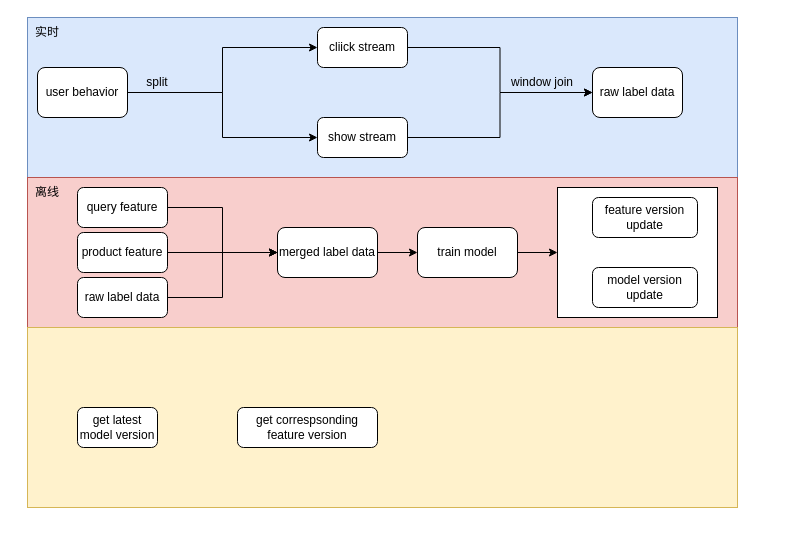
Earlier version of the draw.io diagram engineering/recommend/模型近实时训练更新方案.drawio (Wanke15/wanke15.github.io). Source tidied: cells renumbered, new cells numbered last; positions are measured from the earlier drawing's top-left corner, leaving out a move shared by most shapes. Both pictures are drawn from the tidied source at 100%, with x=0, y=0 at pixel (17, 17).
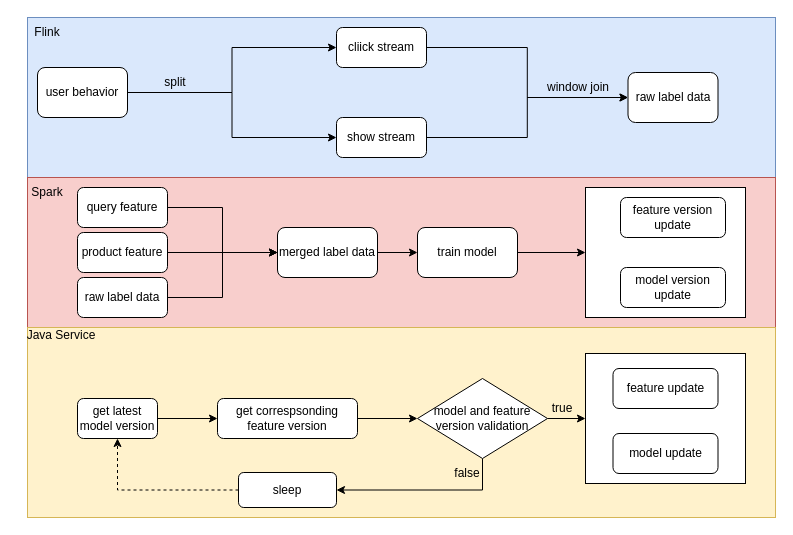
The same diagram, later.

Commit message (it also covers changes not shown here):
更新模型近实时训练更新方案.drawio

What changed in the source:
```diff
@@
     <mxCell id="2" style="rounded=0;whiteSpace=wrap;html=1;fillColor=#dae8fc;strokeColor=#6c8ebf;" parent="1" vertex="1">
-      <mxGeometry x="10" width="710" height="160" as="geometry" />
+      <mxGeometry x="10" width="748" height="160" as="geometry" />
     </mxCell>
@@
     <mxCell id="7" value="cliick stream" style="rounded=1;whiteSpace=wrap;html=1;" parent="1" vertex="1">
-      <mxGeometry x="300" y="10" width="90" height="40" as="geometry" />
+      <mxGeometry x="319" y="10" width="90" height="40" as="geometry" />
     </mxCell>
@@
     <mxCell id="9" value="show stream" style="rounded=1;whiteSpace=wrap;html=1;" parent="1" vertex="1">
-      <mxGeometry x="300" y="100" width="90" height="40" as="geometry" />
+      <mxGeometry x="319" y="100" width="90" height="40" as="geometry" />
     </mxCell>
     <mxCell id="10" value="raw label data" style="rounded=1;whiteSpace=wrap;html=1;" parent="1" vertex="1">
-      <mxGeometry x="575" y="50" width="90" height="50" as="geometry" />
+      <mxGeometry x="610.5" y="55" width="90" height="50" as="geometry" />
     </mxCell>
     <mxCell id="11" value="split" style="text;html=1;strokeColor=none;fillColor=none;align=center;verticalAlign=middle;whiteSpace=wrap;rounded=0;" parent="1" vertex="1">
-      <mxGeometry x="110" y="50" width="60" height="30" as="geometry" />
+      <mxGeometry x="128" y="50" width="60" height="30" as="geometry" />
     </mxCell>
     <mxCell id="12" value="window join" style="text;html=1;strokeColor=none;fillColor=none;align=center;verticalAlign=middle;whiteSpace=wrap;rounded=0;" parent="1" vertex="1">
-      <mxGeometry x="490" y="50" width="70" height="30" as="geometry" />
+      <mxGeometry x="525.5" y="55" width="70" height="30" as="geometry" />
     </mxCell>
     <mxCell id="13" style="rounded=0;whiteSpace=wrap;html=1;fillColor=#f8cecc;strokeColor=#b85450;" parent="1" vertex="1">
-      <mxGeometry x="10" y="160" width="710" height="150" as="geometry" />
+      <mxGeometry x="10" y="160" width="748" height="150" as="geometry" />
     </mxCell>
@@
     <mxCell id="24" style="rounded=0;whiteSpace=wrap;html=1;" parent="1" vertex="1">
-      <mxGeometry x="540" y="170" width="160" height="130" as="geometry" />
+      <mxGeometry x="568" y="170" width="160" height="130" as="geometry" />
     </mxCell>
     <mxCell id="25" value="feature version update" style="rounded=1;whiteSpace=wrap;html=1;" parent="1" vertex="1">
-      <mxGeometry x="575" y="180" width="105" height="40" as="geometry" />
+      <mxGeometry x="603" y="180" width="105" height="40" as="geometry" />
     </mxCell>
     <mxCell id="26" value="model version&lt;br&gt;update" style="rounded=1;whiteSpace=wrap;html=1;" parent="1" vertex="1">
-      <mxGeometry x="575" y="250" width="105" height="40" as="geometry" />
+      <mxGeometry x="603" y="250" width="105" height="40" as="geometry" />
     </mxCell>
     <mxCell id="27" style="rounded=0;whiteSpace=wrap;html=1;fillColor=#fff2cc;strokeColor=#d6b656;" parent="1" vertex="1">
-      <mxGeometry x="10" y="310" width="710" height="180" as="geometry" />
+      <mxGeometry x="10" y="310" width="748" height="190" as="geometry" />
     </mxCell>
-    <mxCell id="28" value="实时" style="text;html=1;strokeColor=none;fillColor=none;align=center;verticalAlign=middle;whiteSpace=wrap;rounded=0;" parent="1" vertex="1">
+    <mxCell id="28" value="Flink" style="text;html=1;strokeColor=none;fillColor=none;align=center;verticalAlign=middle;whiteSpace=wrap;rounded=0;" parent="1" vertex="1">
       <mxGeometry width="60" height="30" as="geometry" />
     </mxCell>
-    <mxCell id="29" value="离线" style="text;html=1;strokeColor=none;fillColor=none;align=center;verticalAlign=middle;whiteSpace=wrap;rounded=0;" parent="1" vertex="1">
+    <mxCell id="29" value="Spark" style="text;html=1;strokeColor=none;fillColor=none;align=center;verticalAlign=middle;whiteSpace=wrap;rounded=0;" parent="1" vertex="1">
       <mxGeometry y="160" width="60" height="30" as="geometry" />
     </mxCell>
+    <mxCell id="32" style="edgeStyle=orthogonalEdgeStyle;rounded=0;jettySize=auto;html=1;entryX=0;entryY=0.5;entryDx=0;entryDy=0;" parent="1" edge="1" source="30" target="31">
+      <mxGeometry relative="1" as="geometry" />
+    </mxCell>
     <mxCell id="30" value="get latest model version" style="rounded=1;whiteSpace=wrap;html=1;" parent="1" vertex="1">
-      <mxGeometry x="60" y="390" width="80" height="40" as="geometry" />
+      <mxGeometry x="60" y="381" width="80" height="40" as="geometry" />
     </mxCell>
+    <mxCell id="33" style="edgeStyle=orthogonalEdgeStyle;rounded=0;jettySize=auto;html=1;entryX=0;entryY=0.5;entryDx=0;entryDy=0;" parent="1" edge="1" source="31" target="36">
+      <mxGeometry relative="1" as="geometry" />
+    </mxCell>
     <mxCell id="31" value="get correspsonding feature version" style="rounded=1;whiteSpace=wrap;html=1;" parent="1" vertex="1">
-      <mxGeometry x="220" y="390" width="140" height="40" as="geometry" />
+      <mxGeometry x="200" y="381" width="140" height="40" as="geometry" />
     </mxCell>
+    <mxCell id="34" style="edgeStyle=orthogonalEdgeStyle;rounded=0;jettySize=auto;html=1;entryX=0;entryY=0.5;entryDx=0;entryDy=0;" parent="1" edge="1" source="36" target="37">
+      <mxGeometry relative="1" as="geometry" />
+    </mxCell>
+    <mxCell id="35" style="edgeStyle=orthogonalEdgeStyle;rounded=0;jettySize=auto;html=1;exitX=0.5;exitY=1;exitDx=0;exitDy=0;entryX=1;entryY=0.5;entryDx=0;entryDy=0;" parent="1" edge="1" source="36" target="42">
+      <mxGeometry relative="1" as="geometry" />
+    </mxCell>
+    <mxCell id="36" value="model and feature version validation" style="rhombus;whiteSpace=wrap;html=1;" parent="1" vertex="1">
+      <mxGeometry x="400" y="361" width="130" height="80" as="geometry" />
+    </mxCell>
+    <mxCell id="37" style="rounded=0;whiteSpace=wrap;html=1;" parent="1" vertex="1">
+      <mxGeometry x="568" y="336" width="160" height="130" as="geometry" />
+    </mxCell>
+    <mxCell id="38" value="feature update" style="rounded=1;whiteSpace=wrap;html=1;" parent="1" vertex="1">
+      <mxGeometry x="595.5" y="351" width="105" height="40" as="geometry" />
+    </mxCell>
+    <mxCell id="39" value="model update" style="rounded=1;whiteSpace=wrap;html=1;" parent="1" vertex="1">
+      <mxGeometry x="595.5" y="416" width="105" height="40" as="geometry" />
+    </mxCell>
+    <mxCell id="40" value="true" style="text;html=1;strokeColor=none;fillColor=none;align=center;verticalAlign=middle;whiteSpace=wrap;rounded=0;" parent="1" vertex="1">
+      <mxGeometry x="515" y="376" width="60" height="30" as="geometry" />
+    </mxCell>
+    <mxCell id="41" style="edgeStyle=orthogonalEdgeStyle;rounded=0;jettySize=auto;html=1;entryX=0.5;entryY=1;entryDx=0;entryDy=0;dashed=1;" parent="1" edge="1" source="42" target="30">
+      <mxGeometry relative="1" as="geometry" />
+    </mxCell>
+    <mxCell id="42" value="sleep" style="rounded=1;whiteSpace=wrap;html=1;" parent="1" vertex="1">
+      <mxGeometry x="221" y="455" width="98" height="35" as="geometry" />
+    </mxCell>
+    <mxCell id="43" value="false" style="text;html=1;strokeColor=none;fillColor=none;align=center;verticalAlign=middle;whiteSpace=wrap;rounded=0;" parent="1" vertex="1">
+      <mxGeometry x="420" y="441" width="60" height="30" as="geometry" />
+    </mxCell>
+    <mxCell id="44" value="Java Service" style="text;html=1;strokeColor=none;fillColor=none;align=center;verticalAlign=middle;whiteSpace=wrap;rounded=0;" parent="1" vertex="1">
+      <mxGeometry y="306" width="88" height="24" as="geometry" />
+    </mxCell>
```
